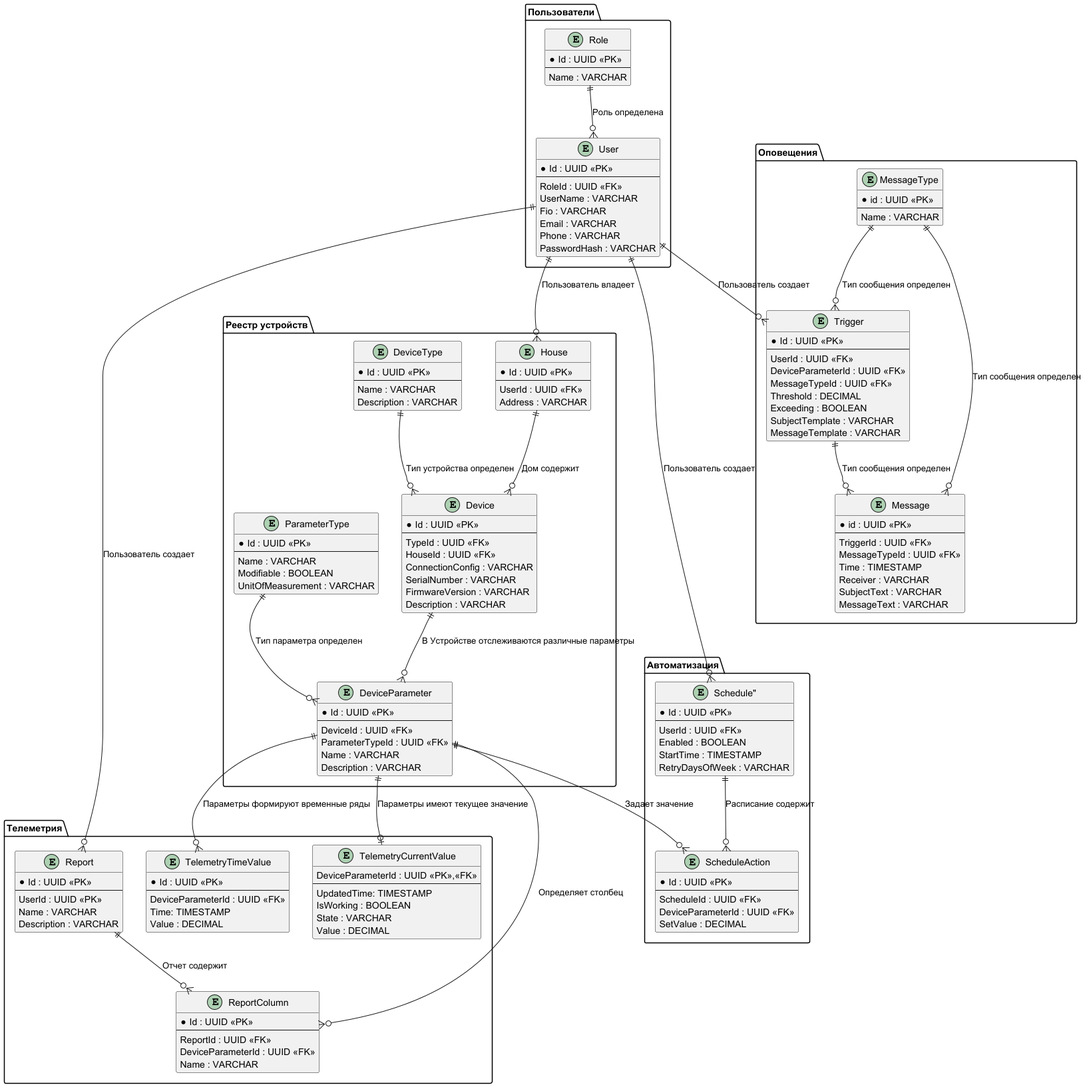
The PlantUML diagram diagrams/images/ER.png in binaril/architecture-warmhouse, before a commit. Source of this version:
```plantuml
@startuml
package "Пользователи" {
  entity "User" as User {
    *Id : UUID <<PK>>
    --
    RoleId : UUID <<FK>>
    UserName : VARCHAR
    Fio : VARCHAR
    Email : VARCHAR
    Phone : VARCHAR
    PasswordHash : VARCHAR
  }

  entity "Role" as Role {
    *Id : UUID <<PK>>
    --
    Name : VARCHAR
  }
}

package "Автоматизация" {
  entity "Schedule"" as Schedule {
    *Id : UUID <<PK>>
    --
    UserId : UUID <<FK>>
    Enabled : BOOLEAN
    StartTime : TIMESTAMP
    RetryDaysOfWeek : VARCHAR
  }

  entity "ScheduleAction" as ScheduleAction {
    *Id : UUID <<PK>>
    --
    ScheduleId : UUID <<FK>>
    DeviceParameterId : UUID <<FK>>
    SetValue : DECIMAL
  }
}

package "Реестр устройств" {
  entity "House" as House {
    *Id : UUID <<PK>>
    --
    UserId : UUID <<FK>>
    Address : VARCHAR
  }

  entity "Device" as Device {
    *Id : UUID <<PK>>
    --
    TypeId : UUID <<FK>>
    HouseId : UUID <<FK>>
    ConnectionConfig : VARCHAR
    SerialNumber : VARCHAR
    FirmwareVersion : VARCHAR
    Description : VARCHAR
  }

  entity "DeviceType" as DeviceType {
    *Id : UUID <<PK>>
    --
    Name : VARCHAR
    Description : VARCHAR
  }

  entity "DeviceParameter" as DeviceParameter {
    *Id : UUID <<PK>>
    --
    DeviceId : UUID <<FK>>
    ParameterTypeId : UUID <<FK>>
    Name : VARCHAR
    Description : VARCHAR
  }

  entity "ParameterType" as ParameterType {
    *Id : UUID <<PK>>
    --
    Name : VARCHAR
    Modifiable : BOOLEAN
    UnitOfMeasurement : VARCHAR
  }
}



package "Оповещения" {
  entity "Trigger" as Trigger {
    *Id : UUID <<PK>>
    --
    UserId : UUID <<FK>>
    DeviceParameterId : UUID <<FK>>
    MessageTypeId : UUID <<FK>>
    Threshold : DECIMAL
    Exceeding : BOOLEAN
    SubjectTemplate : VARCHAR
    MessageTemplate : VARCHAR
  }

  entity "Message" as Message {
    *id : UUID <<PK>>
    --
    TriggerId : UUID <<FK>>
    MessageTypeId : UUID <<FK>>
    Time : TIMESTAMP
    Receiver : VARCHAR
    SubjectText : VARCHAR
    MessageText : VARCHAR
  }

  entity "MessageType" as MessageType {
    *id : UUID <<PK>>
    --
    Name : VARCHAR
  }
}


package "Телеметрия" {
  entity "TelemetryCurrentValue" as TelemetryCurrent {
    DeviceParameterId : UUID <<PK>>,<<FK>>
    --
    UpdatedTime: TIMESTAMP
    IsWorking : BOOLEAN
    State : VARCHAR
    Value : DECIMAL
  }

  entity "TelemetryTimeValue" as TelemetryTimeValue {
    *Id : UUID <<PK>>
    --
    DeviceParameterId : UUID <<FK>>
    Time: TIMESTAMP
    Value : DECIMAL
  }

  entity "Report" as Report {
    *Id : UUID <<PK>>
    --
    UserId : UUID <<PK>>
    Name : VARCHAR
    Description : VARCHAR
  }

  entity "ReportColumn" as ReportColumn {
    *Id : UUID <<PK>>
    --
    ReportId : UUID <<FK>>
    DeviceParameterId : UUID <<FK>>
    Name : VARCHAR
  }

}



Role ||--o{ User : "Роль определена"
User ||--o{ House : "Пользователь владеет"
User ||--o{ Report : "Пользователь создает"
User ||--o{ Schedule : "Пользователь создает"
User ||--o{ Trigger : "Пользователь создает"
House ||--o{ Device : "Дом содержит"
DeviceType ||--o{ Device : "Тип устройства определен"
Device ||--o{ DeviceParameter : "В Устройстве отслеживаются различные параметры"
ParameterType ||--o{ DeviceParameter : "Тип параметра определен"
DeviceParameter ||--o{ TelemetryTimeValue : "Параметры формируют временные ряды"
DeviceParameter ||--o| TelemetryCurrent : "Параметры имеют текущее значение"
Report ||--o{ ReportColumn : "Отчет содержит"
DeviceParameter ||--o{ ReportColumn : "Определяет столбец"
Schedule ||--o{ ScheduleAction : "Расписание содержит"
DeviceParameter ||--o{ ScheduleAction : "Задает значение"
MessageType ||--o{ Trigger : "Тип сообщения определен"
MessageType ||--o{ Message : "Тип сообщения определен"
Trigger ||--o{ Message : "Тип сообщения определен"
@enduml
```
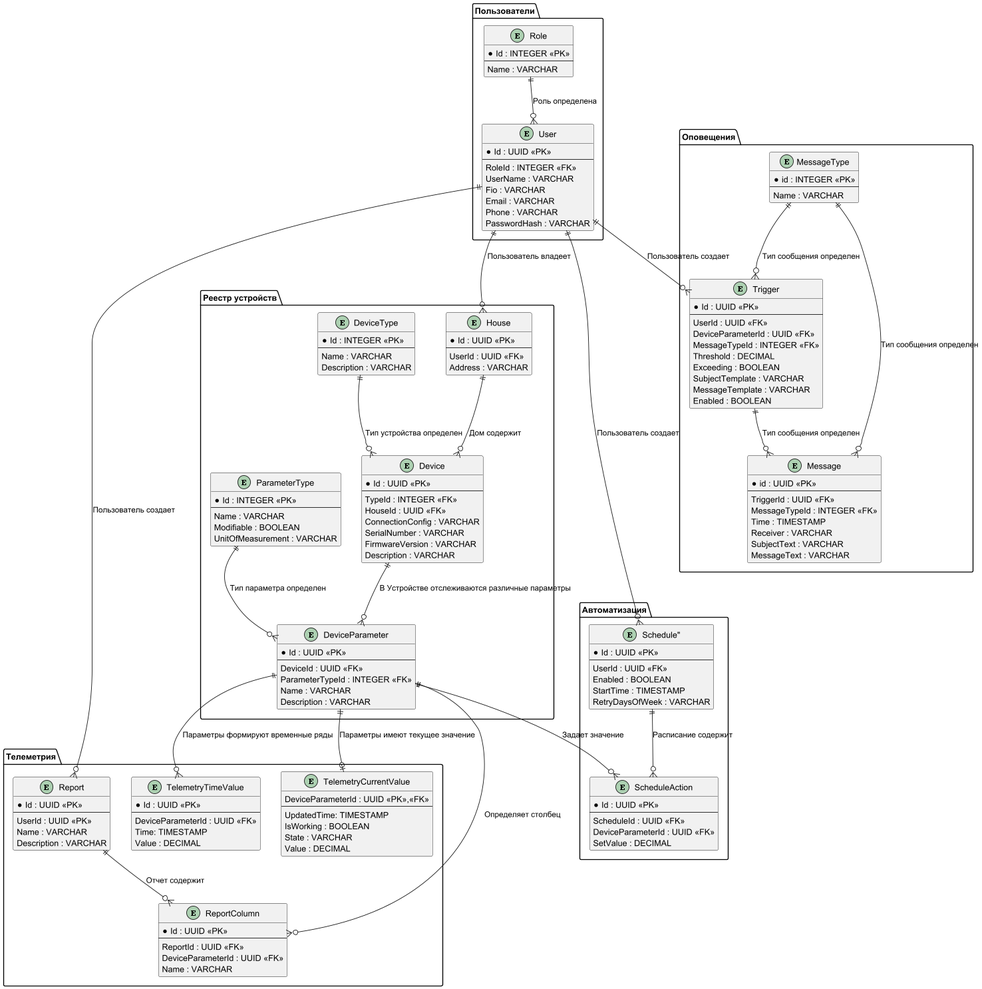
Above is the later version.

The edit, as a diff of the source:
```diff
@@ -3,7 +3,7 @@
   entity "User" as User {
     *Id : UUID <<PK>>
     --
-    RoleId : UUID <<FK>>
+    RoleId : INTEGER <<FK>>
     UserName : VARCHAR
     Fio : VARCHAR
     Email : VARCHAR
@@ -12,7 +12,7 @@
   }
 
   entity "Role" as Role {
-    *Id : UUID <<PK>>
+    *Id : INTEGER <<PK>>
     --
     Name : VARCHAR
   }
@@ -48,7 +48,7 @@
   entity "Device" as Device {
     *Id : UUID <<PK>>
     --
-    TypeId : UUID <<FK>>
+    TypeId : INTEGER <<FK>>
     HouseId : UUID <<FK>>
     ConnectionConfig : VARCHAR
     SerialNumber : VARCHAR
@@ -57,7 +57,7 @@
   }
 
   entity "DeviceType" as DeviceType {
-    *Id : UUID <<PK>>
+    *Id : INTEGER <<PK>>
     --
     Name : VARCHAR
     Description : VARCHAR
@@ -67,13 +67,13 @@
     *Id : UUID <<PK>>
     --
     DeviceId : UUID <<FK>>
-    ParameterTypeId : UUID <<FK>>
+    ParameterTypeId : INTEGER <<FK>>
     Name : VARCHAR
     Description : VARCHAR
   }
 
   entity "ParameterType" as ParameterType {
-    *Id : UUID <<PK>>
+    *Id : INTEGER <<PK>>
     --
     Name : VARCHAR
     Modifiable : BOOLEAN
@@ -89,18 +89,19 @@
     --
     UserId : UUID <<FK>>
     DeviceParameterId : UUID <<FK>>
-    MessageTypeId : UUID <<FK>>
+    MessageTypeId : INTEGER <<FK>>
     Threshold : DECIMAL
     Exceeding : BOOLEAN
     SubjectTemplate : VARCHAR
     MessageTemplate : VARCHAR
+    Enabled : BOOLEAN
   }
 
   entity "Message" as Message {
     *id : UUID <<PK>>
     --
     TriggerId : UUID <<FK>>
-    MessageTypeId : UUID <<FK>>
+    MessageTypeId : INTEGER <<FK>>
     Time : TIMESTAMP
     Receiver : VARCHAR
     SubjectText : VARCHAR
@@ -108,7 +109,7 @@
   }
 
   entity "MessageType" as MessageType {
-    *id : UUID <<PK>>
+    *id : INTEGER <<PK>>
     --
     Name : VARCHAR
   }
```
